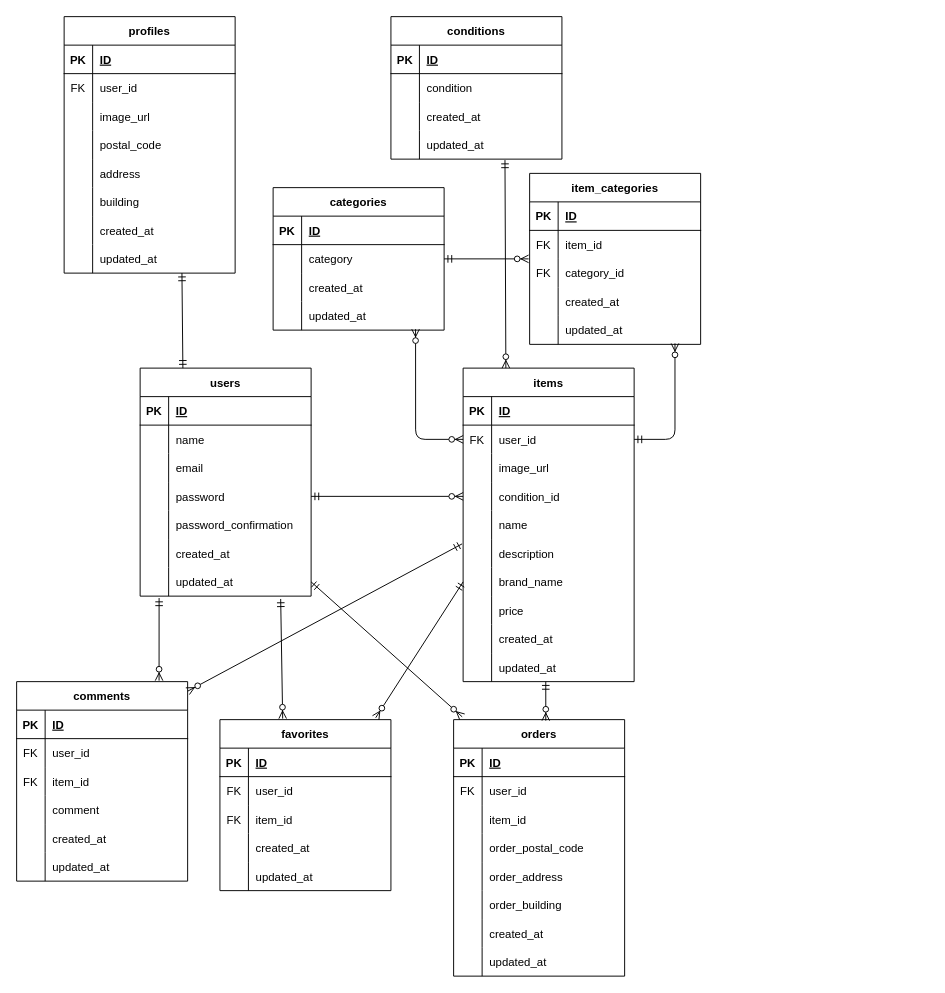
The draw.io diagram diagram.drawio in butterfly-39/mock_project1_20250127, before the edit. Source tidied: cells renumbered, new cells numbered last; positions are measured from the earlier drawing's top-left corner, leaving out a move shared by most shapes. Both pictures are drawn from the tidied source at 95%, with x=0, y=0 at pixel (16, 16).
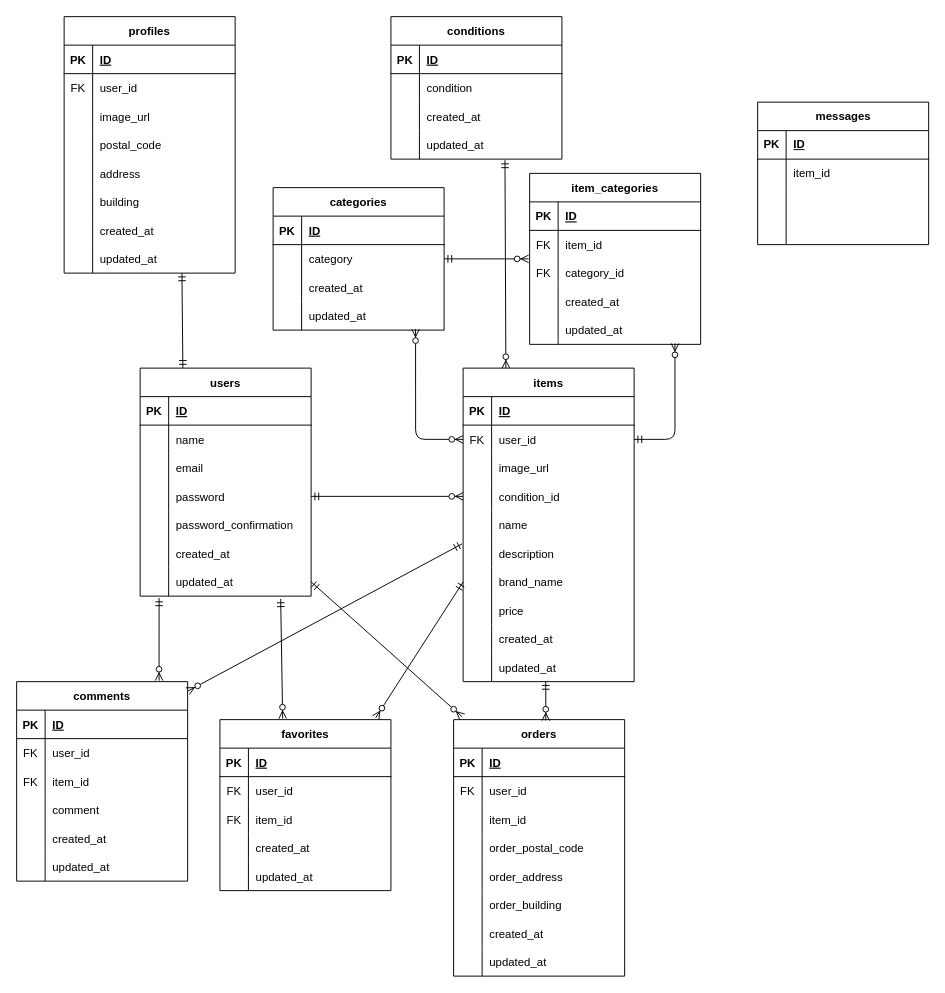
The same page after the edit.

What changed in the source:
```diff
@@
+    <mxCell id="194" value="messages" style="shape=table;startSize=30;childLayout=tableLayout;rowLines=0;fontStyle=1;align=center;html=1;" parent="1" vertex="1">
+      <mxGeometry x="780" y="90" width="180" height="150" as="geometry" />
+    </mxCell>
+    <mxCell id="195" style="shape=tableRow;horizontal=0;startSize=0;swimlaneHead=0;swimlaneBody=0;fillColor=none;top=0;left=0;right=0;bottom=1;" parent="194" vertex="1">
+      <mxGeometry y="30" width="180" height="30" as="geometry" />
+    </mxCell>
+    <mxCell id="196" value="PK" style="shape=partialRectangle;fillColor=none;top=0;left=0;bottom=0;right=0;fontStyle=1;overflow=hidden;whiteSpace=wrap;html=1;" parent="195" vertex="1">
+      <mxGeometry width="30" height="30" as="geometry" />
+    </mxCell>
+    <mxCell id="197" value="ID" style="shape=partialRectangle;fillColor=none;top=0;left=0;bottom=0;right=0;align=left;spacingLeft=6;fontStyle=5;overflow=hidden;whiteSpace=wrap;html=1;" parent="195" vertex="1">
+      <mxGeometry x="30" width="150" height="30" as="geometry" />
+    </mxCell>
+    <mxCell id="198" style="shape=tableRow;horizontal=0;startSize=0;swimlaneHead=0;swimlaneBody=0;fillColor=none;top=0;left=0;right=0;bottom=0;" parent="194" vertex="1">
+      <mxGeometry y="60" width="180" height="30" as="geometry" />
+    </mxCell>
+    <mxCell id="199" style="shape=partialRectangle;fillColor=none;top=0;left=0;bottom=0;right=0;overflow=hidden;whiteSpace=wrap;html=1;" parent="198" vertex="1">
+      <mxGeometry width="30" height="30" as="geometry" />
+    </mxCell>
+    <mxCell id="200" value="item_id" style="shape=partialRectangle;fillColor=none;top=0;left=0;bottom=0;right=0;align=left;spacingLeft=6;overflow=hidden;whiteSpace=wrap;html=1;" parent="198" vertex="1">
+      <mxGeometry x="30" width="150" height="30" as="geometry" />
+    </mxCell>
+    <mxCell id="201" style="shape=tableRow;horizontal=0;startSize=0;swimlaneHead=0;swimlaneBody=0;fillColor=none;top=0;left=0;right=0;bottom=0;" parent="194" vertex="1">
+      <mxGeometry y="90" width="180" height="30" as="geometry" />
+    </mxCell>
+    <mxCell id="202" style="shape=partialRectangle;fillColor=none;top=0;left=0;bottom=0;right=0;overflow=hidden;whiteSpace=wrap;html=1;" parent="201" vertex="1">
+      <mxGeometry width="30" height="30" as="geometry" />
+    </mxCell>
+    <mxCell id="203" style="shape=partialRectangle;fillColor=none;top=0;left=0;bottom=0;right=0;align=left;spacingLeft=6;overflow=hidden;whiteSpace=wrap;html=1;" parent="201" vertex="1">
+      <mxGeometry x="30" width="150" height="30" as="geometry" />
+    </mxCell>
+    <mxCell id="204" style="shape=tableRow;horizontal=0;startSize=0;swimlaneHead=0;swimlaneBody=0;fillColor=none;top=0;left=0;right=0;bottom=0;" parent="194" vertex="1">
+      <mxGeometry y="120" width="180" height="30" as="geometry" />
+    </mxCell>
+    <mxCell id="205" style="shape=partialRectangle;fillColor=none;top=0;left=0;bottom=0;right=0;overflow=hidden;whiteSpace=wrap;html=1;" parent="204" vertex="1">
+      <mxGeometry width="30" height="30" as="geometry" />
+    </mxCell>
+    <mxCell id="206" style="shape=partialRectangle;fillColor=none;top=0;left=0;bottom=0;right=0;align=left;spacingLeft=6;overflow=hidden;whiteSpace=wrap;html=1;" parent="204" vertex="1">
+      <mxGeometry x="30" width="150" height="30" as="geometry" />
+    </mxCell>
```
